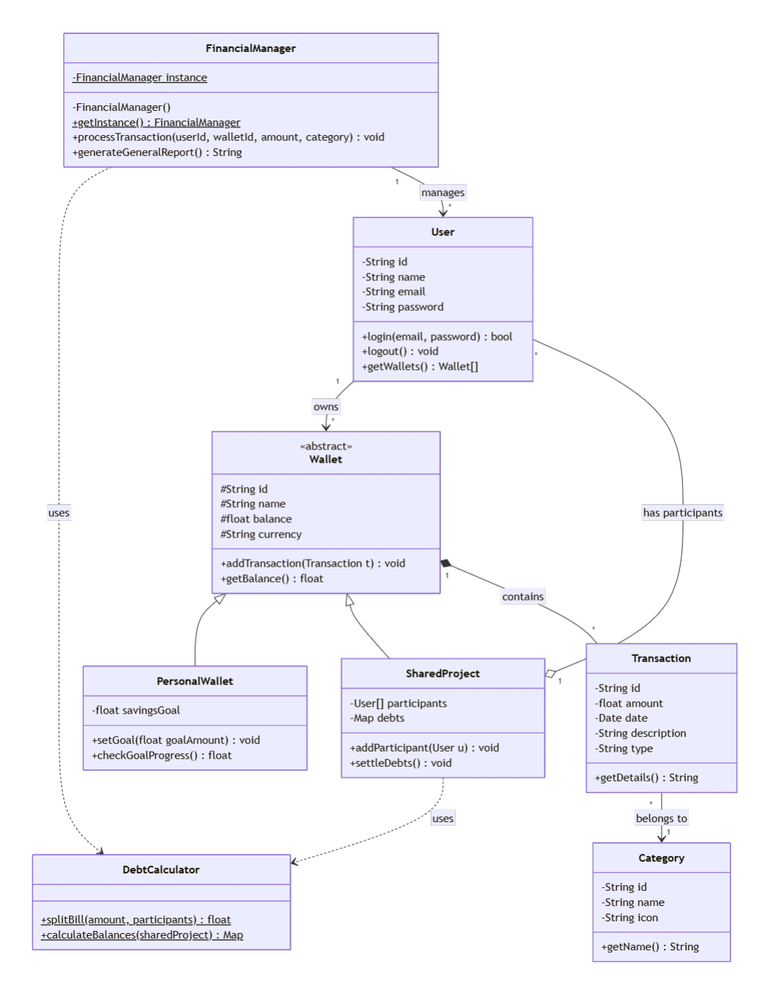
Earlier version of the Mermaid export docs/diagramas/clases.png (Gago82241/syncfund_). Its source is kept beside it as docs/diagramas/fuentes/clases.mmd. Source of this version:
```mermaid
classDiagram
    class FinancialManager {
        -FinancialManager instance$
        -FinancialManager()
        +getInstance()$ FinancialManager
        +processTransaction(userId, walletId, amount, category) void
        +generateGeneralReport() String
    }
    class User {
        -String id
        -String name
        -String email
        -String password
        +login(email, password) bool
        +logout() void
        +getWallets() Wallet[]
    }
    class Wallet {
        <<abstract>>
        #String id
        #String name
        #float balance
        #String currency
        +addTransaction(Transaction t) void
        +getBalance() float
    }
    class PersonalWallet {
        -float savingsGoal
        +setGoal(float goalAmount) void
        +checkGoalProgress() float
    }
    class SharedProject {
        -User[] participants
        -Map debts
        +addParticipant(User u) void
        +settleDebts() void
    }
    class Transaction {
        -String id
        -float amount
        -Date date
        -String description
        -String type
        +getDetails() String
    }
    class Category {
        -String id
        -String name
        -float monthlyLimit
        +getName() String
    }
    class DebtCalculator {
        +splitBill(amount, participants)$ float
        +calculateBalances(sharedProject)$ Map
    }

    FinancialManager "1" --> "*" User : manages
    FinancialManager ..> DebtCalculator : uses
    User "1" --> "*" Wallet : owns
    User "1" --> "*" Category : owns
    User "*" -- Transaction : has participants
    Wallet <|-- PersonalWallet
    Wallet <|-- SharedProject
    Wallet "1" *-- "*" Transaction : contains
    SharedProject "1" o-- Transaction
    SharedProject ..> DebtCalculator : uses
    Transaction "*" --> "1" Category : belongs to
```
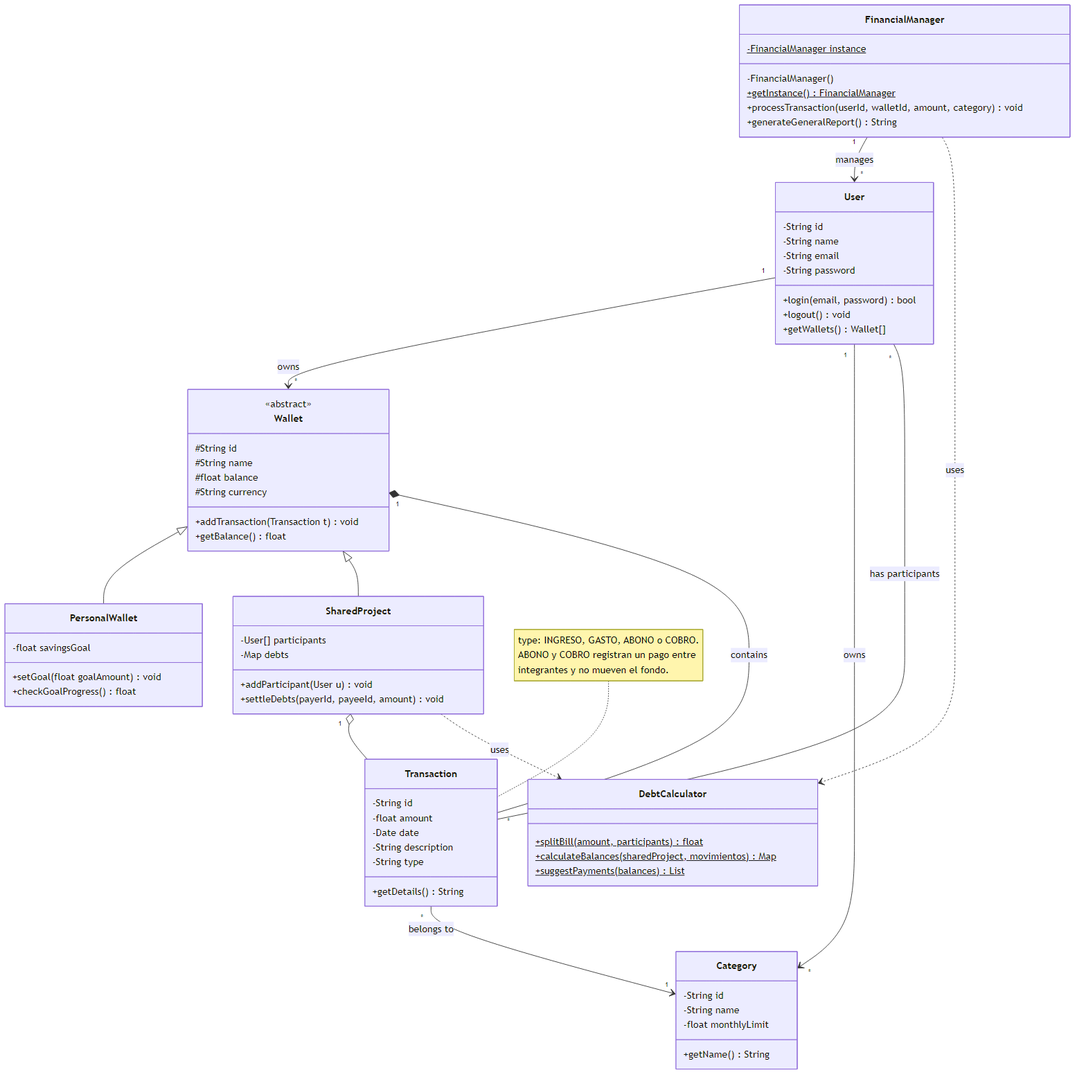
After the commit.

Commit message:
docs: documenta el pago de deudas entre integrantes

Change to the diagram source:
```diff
@@ -33,7 +33,7 @@
         -User[] participants
         -Map debts
         +addParticipant(User u) void
-        +settleDebts() void
+        +settleDebts(payerId, payeeId, amount) void
     }
     class Transaction {
         -String id
@@ -51,7 +51,8 @@
     }
     class DebtCalculator {
         +splitBill(amount, participants)$ float
-        +calculateBalances(sharedProject)$ Map
+        +calculateBalances(sharedProject, movimientos)$ Map
+        +suggestPayments(balances)$ List
     }
 
     FinancialManager "1" --> "*" User : manages
@@ -65,3 +66,4 @@
     SharedProject "1" o-- Transaction
     SharedProject ..> DebtCalculator : uses
     Transaction "*" --> "1" Category : belongs to
+    note for Transaction "type: INGRESO, GASTO, ABONO o COBRO.<br/>ABONO y COBRO registran un pago entre<br/>integrantes y no mueven el fondo."
```
